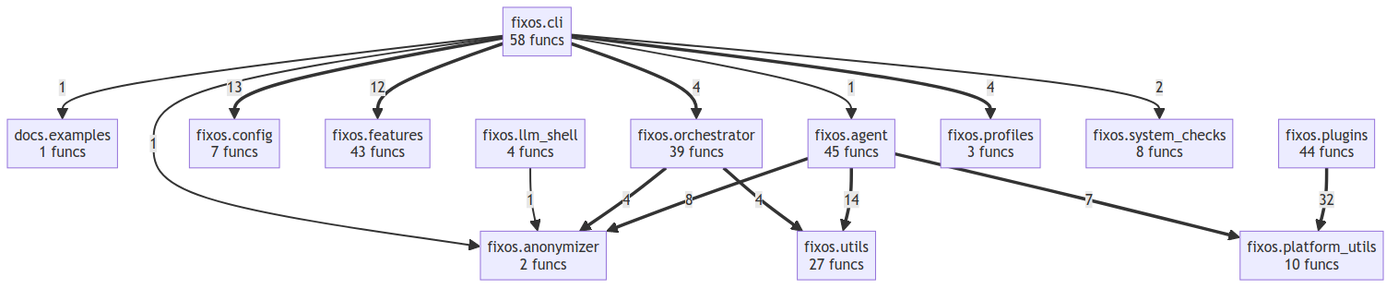
Before: project/compact_flow.png, a diagram exported from Mermaid (wronai/fixos). Its source is kept beside it as project/compact_flow.mmd. Source of this version:
```mermaid
flowchart TD
    docs__examples["docs.examples<br/>1 funcs"]
    fixos__agent["fixos.agent<br/>45 funcs"]
    fixos__anonymizer["fixos.anonymizer<br/>2 funcs"]
    fixos__cli["fixos.cli<br/>58 funcs"]
    fixos__config["fixos.config<br/>7 funcs"]
    fixos__features["fixos.features<br/>43 funcs"]
    fixos__llm_shell["fixos.llm_shell<br/>4 funcs"]
    fixos__orchestrator["fixos.orchestrator<br/>39 funcs"]
    fixos__platform_utils["fixos.platform_utils<br/>10 funcs"]
    fixos__plugins["fixos.plugins<br/>44 funcs"]
    fixos__profiles["fixos.profiles<br/>3 funcs"]
    fixos__system_checks["fixos.system_checks<br/>8 funcs"]
    fixos__utils["fixos.utils<br/>27 funcs"]
    fixos__plugins ==>|32| fixos__platform_utils
    fixos__agent ==>|14| fixos__utils
    fixos__cli ==>|13| fixos__config
    fixos__cli ==>|12| fixos__features
    fixos__agent ==>|8| fixos__anonymizer
    fixos__agent ==>|7| fixos__platform_utils
    fixos__cli ==>|4| fixos__profiles
    fixos__cli ==>|4| fixos__orchestrator
    fixos__orchestrator ==>|4| fixos__anonymizer
    fixos__orchestrator ==>|4| fixos__utils
    fixos__cli -->|2| fixos__system_checks
    fixos__llm_shell -->|1| fixos__anonymizer
    fixos__cli -->|1| fixos__anonymizer
    fixos__cli -->|1| docs__examples
    fixos__cli -->|1| fixos__agent
```
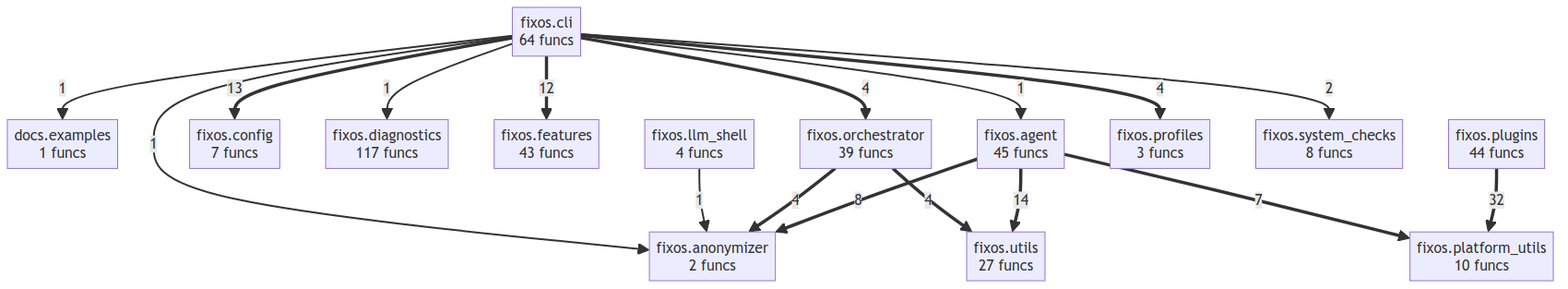
After the commit.

The edit, as a diff of the source:
```diff
@@ -2,8 +2,9 @@
     docs__examples["docs.examples<br/>1 funcs"]
     fixos__agent["fixos.agent<br/>45 funcs"]
     fixos__anonymizer["fixos.anonymizer<br/>2 funcs"]
-    fixos__cli["fixos.cli<br/>58 funcs"]
+    fixos__cli["fixos.cli<br/>64 funcs"]
     fixos__config["fixos.config<br/>7 funcs"]
+    fixos__diagnostics["fixos.diagnostics<br/>117 funcs"]
     fixos__features["fixos.features<br/>43 funcs"]
     fixos__llm_shell["fixos.llm_shell<br/>4 funcs"]
     fixos__orchestrator["fixos.orchestrator<br/>39 funcs"]
@@ -27,3 +28,4 @@
     fixos__cli -->|1| fixos__anonymizer
     fixos__cli -->|1| docs__examples
     fixos__cli -->|1| fixos__agent
+    fixos__cli -->|1| fixos__diagnostics
```
